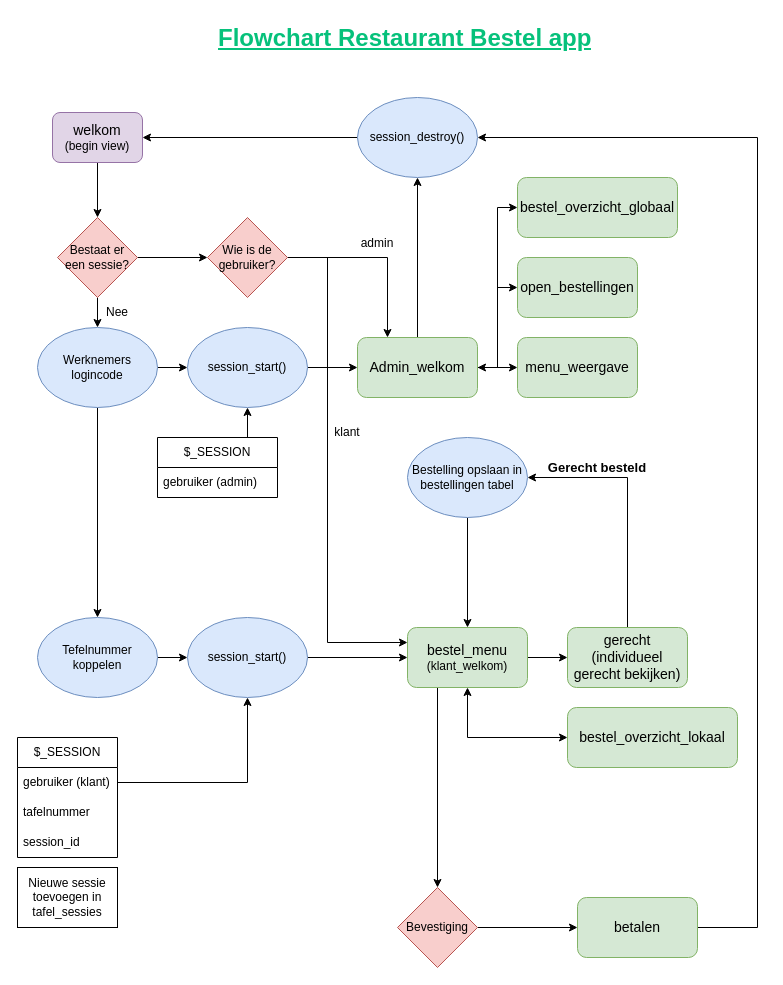
Earlier version of the draw.io diagram docs/restaurantBestelApp_flowchart.drawio (MossGuy/RestaurantBestelApp). Source tidied: cells renumbered, new cells numbered last; positions are measured from the earlier drawing's top-left corner, leaving out a move shared by most shapes. Both pictures are drawn from the tidied source at 100%, with x=0, y=0 at pixel (17, 17).
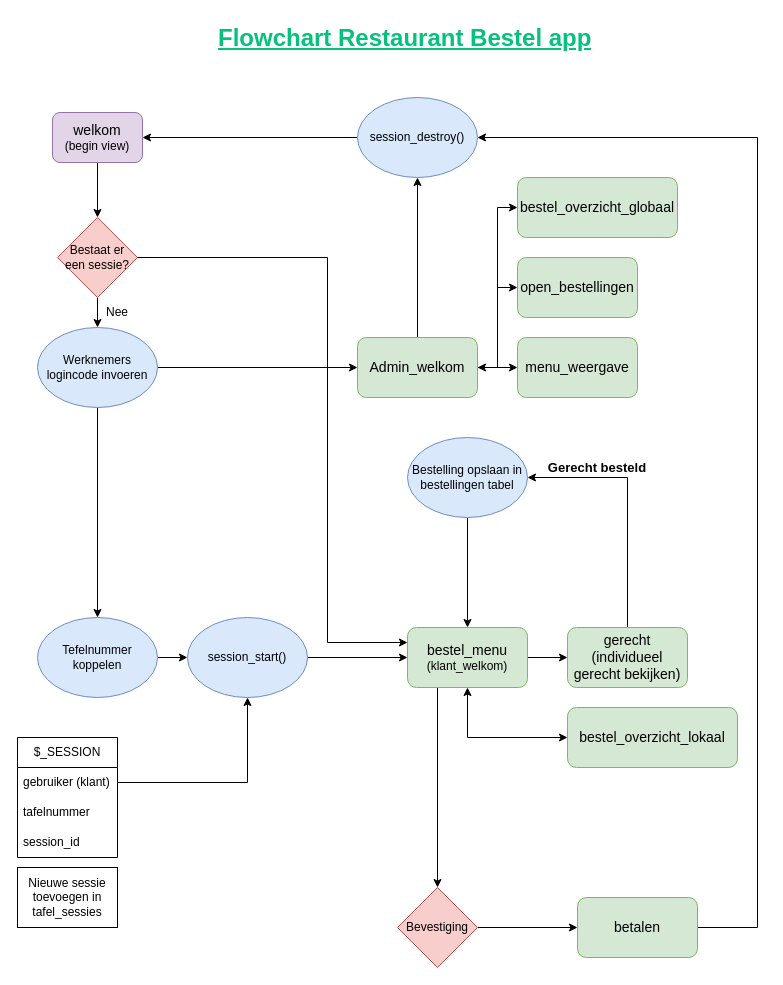
The same page after the edit.

Commit message (it also covers changes not shown here):
flowchart bijgewerkt en admin view uitgerust met een terug knop

The change refers to these unchanged cells:
```xml
<mxCell id="11" value="&lt;font style=&quot;font-size: 14px;&quot;&gt;Admin_welkom&lt;/font&gt;" style="rounded=1;whiteSpace=wrap;html=1;fillColor=#d5e8d4;strokeColor=#82b366;glass=0;" parent="1" vertex="1">
  <mxGeometry x="340" y="320" width="120" height="60" as="geometry" />
</mxCell>
<mxCell id="14" value="&lt;font style=&quot;font-size: 14px;&quot;&gt;bestel_menu&lt;/font&gt;&lt;div&gt;&lt;font&gt;(klant_welkom)&lt;/font&gt;&lt;/div&gt;" style="rounded=1;whiteSpace=wrap;html=1;fillColor=#d5e8d4;strokeColor=#82b366;glass=0;" parent="1" vertex="1">
  <mxGeometry x="390" y="610" width="120" height="60" as="geometry" />
</mxCell>
<mxCell id="16" value="Tefelnummer koppelen" style="ellipse;whiteSpace=wrap;html=1;fillColor=#dae8fc;strokeColor=#6c8ebf;" parent="1" vertex="1">
  <mxGeometry x="20" y="600" width="120" height="80" as="geometry" />
</mxCell>
<mxCell id="46" value="Bestaat er een sessie?" style="rhombus;whiteSpace=wrap;html=1;fillColor=#f8cecc;strokeColor=#b85450;" parent="1" vertex="1">
  <mxGeometry x="40" y="200" width="80" height="80" as="geometry" />
</mxCell>
```

Diff of the diagram source:
```diff
@@
-    <mxCell id="4" style="edgeStyle=orthogonalEdgeStyle;rounded=0;jettySize=auto;html=1;entryX=0.5;entryY=0;entryDx=0;entryDy=0;strokeWidth=1;" parent="1" edge="1" source="6" target="16">
-      <mxGeometry relative="1" as="geometry" />
-    </mxCell>
-    <mxCell id="5" style="edgeStyle=orthogonalEdgeStyle;rounded=0;jettySize=auto;html=1;entryX=0;entryY=0.5;entryDx=0;entryDy=0;" parent="1" edge="1" source="6" target="38">
-      <mxGeometry relative="1" as="geometry" />
-    </mxCell>
-    <mxCell id="6" value="Werknemers logincode" style="ellipse;whiteSpace=wrap;html=1;fillColor=#dae8fc;strokeColor=#6c8ebf;" parent="1" vertex="1">
-      <mxGeometry x="20" y="310" width="120" height="80" as="geometry" />
-    </mxCell>
+    <mxCell id="56" style="edgeStyle=orthogonalEdgeStyle;rounded=0;jettySize=auto;html=1;entryX=0.5;entryY=0;entryDx=0;entryDy=0;strokeWidth=1;" parent="1" edge="1" source="58" target="16">
+      <mxGeometry relative="1" as="geometry" />
+    </mxCell>
+    <mxCell id="57" style="edgeStyle=orthogonalEdgeStyle;rounded=0;jettySize=auto;html=1;entryX=0;entryY=0.5;entryDx=0;entryDy=0;" parent="1" edge="1" source="58" target="11">
+      <mxGeometry relative="1" as="geometry" />
+    </mxCell>
+    <mxCell id="58" value="Werknemers logincode invoeren" style="ellipse;whiteSpace=wrap;html=1;fillColor=#dae8fc;strokeColor=#6c8ebf;" parent="1" vertex="1">
+      <mxGeometry x="20" y="310" width="120" height="80" as="geometry" />
+    </mxCell>
@@
-    <mxCell id="37" style="edgeStyle=orthogonalEdgeStyle;rounded=0;jettySize=auto;html=1;entryX=0;entryY=0.5;entryDx=0;entryDy=0;" parent="1" edge="1" source="38" target="11">
-      <mxGeometry relative="1" as="geometry" />
-    </mxCell>
-    <mxCell id="38" value="session_start()" style="ellipse;whiteSpace=wrap;html=1;fillColor=#dae8fc;strokeColor=#6c8ebf;" parent="1" vertex="1">
-      <mxGeometry x="170" y="310" width="120" height="80" as="geometry" />
-    </mxCell>
-    <mxCell id="39" style="edgeStyle=orthogonalEdgeStyle;rounded=0;jettySize=auto;html=1;entryX=0.5;entryY=1;entryDx=0;entryDy=0;exitX=0.75;exitY=0;exitDx=0;exitDy=0;" parent="1" edge="1" source="40" target="38">
-      <mxGeometry relative="1" as="geometry" />
-    </mxCell>
-    <mxCell id="40" value="$_SESSION" style="swimlane;fontStyle=0;horizontal=1;startSize=30;whiteSpace=wrap;html=1;" parent="1" vertex="1">
-      <mxGeometry x="140" y="420" width="120" height="60" as="geometry" />
-    </mxCell>
-    <mxCell id="41" value="gebruiker (admin)" style="text;strokeColor=none;fillColor=none;align=left;verticalAlign=middle;spacingLeft=4;spacingRight=4;overflow=hidden;whiteSpace=wrap;html=1;" parent="40" vertex="1">
-      <mxGeometry y="30" width="120" height="30" as="geometry" />
-    </mxCell>
@@
-    <mxCell id="44" style="edgeStyle=orthogonalEdgeStyle;rounded=0;jettySize=auto;html=1;entryX=0.5;entryY=0;entryDx=0;entryDy=0;" parent="1" edge="1" source="46" target="6">
-      <mxGeometry relative="1" as="geometry" />
-    </mxCell>
-    <mxCell id="45" style="edgeStyle=orthogonalEdgeStyle;rounded=0;jettySize=auto;html=1;" parent="1" edge="1" source="46" target="50">
-      <mxGeometry relative="1" as="geometry" />
-    </mxCell>
+    <mxCell id="59" style="edgeStyle=orthogonalEdgeStyle;rounded=0;jettySize=auto;html=1;entryX=0.5;entryY=0;entryDx=0;entryDy=0;" parent="1" edge="1" source="46" target="58">
+      <mxGeometry relative="1" as="geometry" />
+    </mxCell>
@@
-    <mxCell id="48" style="edgeStyle=orthogonalEdgeStyle;rounded=0;jettySize=auto;html=1;entryX=0.25;entryY=0;entryDx=0;entryDy=0;" parent="1" edge="1" source="50" target="11">
-      <mxGeometry relative="1" as="geometry" />
-    </mxCell>
-    <mxCell id="49" style="edgeStyle=orthogonalEdgeStyle;rounded=0;jettySize=auto;html=1;entryX=0;entryY=0.25;entryDx=0;entryDy=0;" parent="1" edge="1" source="50" target="14">
-      <mxGeometry relative="1" as="geometry">
-        <Array as="points">
-          <mxPoint x="310" y="240" />
-          <mxPoint x="310" y="625" />
-        </Array>
-      </mxGeometry>
-    </mxCell>
-    <mxCell id="50" value="Wie is de gebruiker?" style="rhombus;whiteSpace=wrap;html=1;fillColor=#f8cecc;strokeColor=#b85450;" parent="1" vertex="1">
-      <mxGeometry x="190" y="200" width="80" height="80" as="geometry" />
-    </mxCell>
-    <mxCell id="51" value="admin" style="text;html=1;align=center;verticalAlign=middle;whiteSpace=wrap;rounded=0;" parent="1" vertex="1">
-      <mxGeometry x="330" y="211" width="60" height="30" as="geometry" />
-    </mxCell>
-    <mxCell id="52" value="klant" style="text;html=1;align=center;verticalAlign=middle;whiteSpace=wrap;rounded=0;" parent="1" vertex="1">
-      <mxGeometry x="300" y="400" width="60" height="30" as="geometry" />
-    </mxCell>
+    <mxCell id="60" style="edgeStyle=orthogonalEdgeStyle;rounded=0;jettySize=auto;html=1;entryX=0;entryY=0.25;entryDx=0;entryDy=0;exitX=1;exitY=0.5;exitDx=0;exitDy=0;" parent="1" edge="1" source="46" target="14">
+      <mxGeometry relative="1" as="geometry">
+        <Array as="points">
+          <mxPoint x="310" y="240" />
+          <mxPoint x="310" y="625" />
+        </Array>
+      </mxGeometry>
+    </mxCell>
```
